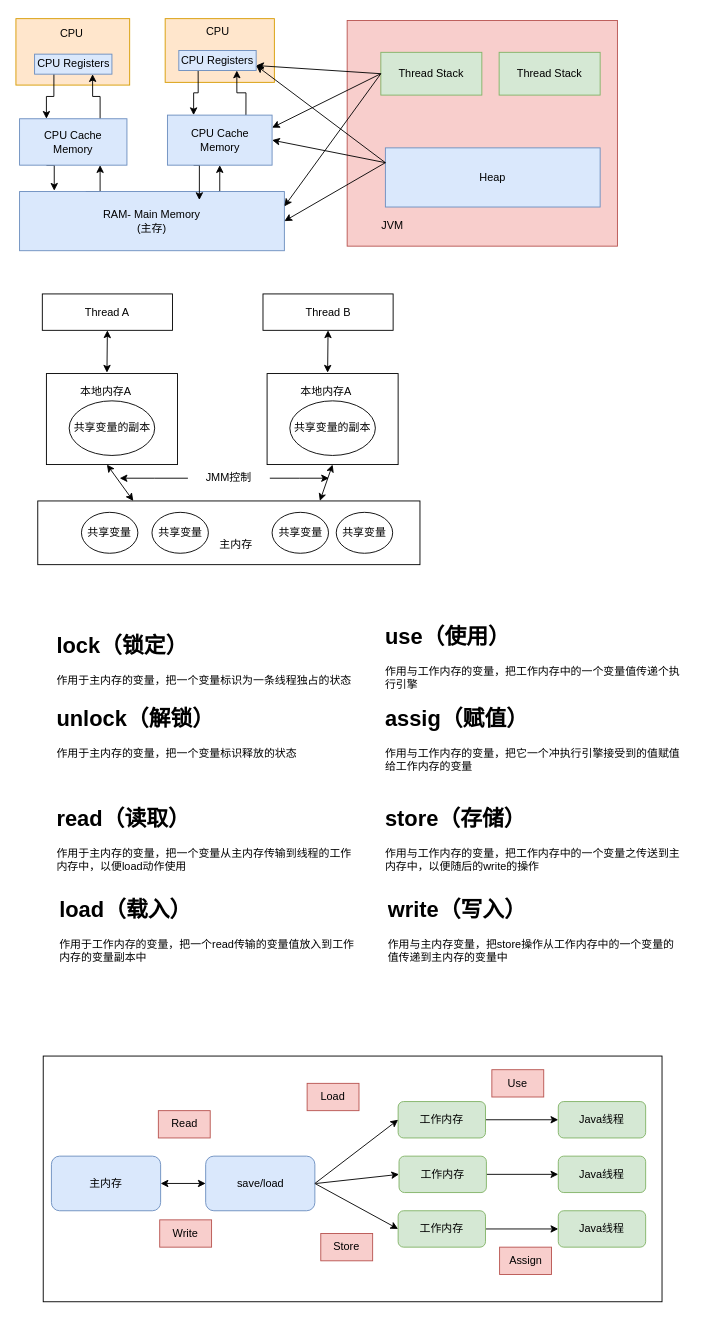
Earlier version of the draw.io diagram page "Page-1" (1 of 2) of Note4hread.drawio (lzdong0714/note). Source tidied: cells renumbered, new cells numbered last; positions are measured from the earlier drawing's top-left corner, leaving out a move shared by most shapes. Both pictures are drawn from the tidied source at 91%, with x=0, y=0 at pixel (15, 15).
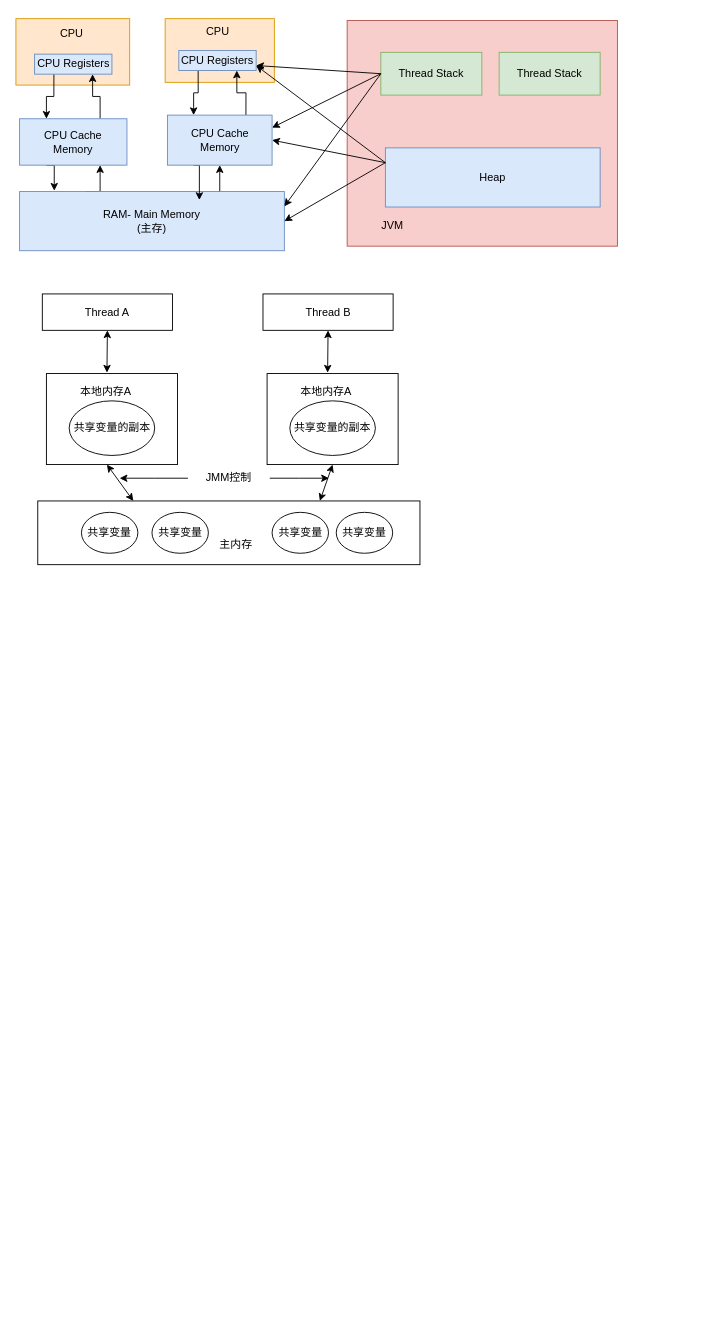
The same diagram, later.

Change to the diagram source:
```diff
@@
-    <mxCell id="2" style="rounded=0;whiteSpace=wrap;html=1;" parent="1" vertex="1">
-      <mxGeometry x="30" y="1144" width="680" height="270" as="geometry" />
-    </mxCell>
@@
-    <mxCell id="54" value="&lt;h1&gt;lock（锁定）&lt;/h1&gt;&lt;p&gt;作用于主内存的变量，把一个变量标识为一条线程独占的状态&lt;/p&gt;" style="text;html=1;strokeColor=none;fillColor=none;spacing=5;spacingTop=-20;whiteSpace=wrap;overflow=hidden;rounded=0;" parent="1" vertex="1">
-      <mxGeometry x="40" y="674" width="334" height="70" as="geometry" />
-    </mxCell>
-    <mxCell id="55" value="&lt;h1&gt;unlock（解锁）&lt;/h1&gt;&lt;p&gt;作用于主内存的变量，把一个变量标识释放的状态&lt;/p&gt;" style="text;html=1;strokeColor=none;fillColor=none;spacing=5;spacingTop=-20;whiteSpace=wrap;overflow=hidden;rounded=0;" parent="1" vertex="1">
-      <mxGeometry x="40" y="754" width="334" height="70" as="geometry" />
-    </mxCell>
-    <mxCell id="56" value="&lt;h1&gt;read（读取）&lt;/h1&gt;&lt;p&gt;作用于主内存的变量，把一个变量从主内存传输到线程的工作内存中，以便load动作使用&lt;/p&gt;" style="text;html=1;strokeColor=none;fillColor=none;spacing=5;spacingTop=-20;whiteSpace=wrap;overflow=hidden;rounded=0;" parent="1" vertex="1">
-      <mxGeometry x="40" y="864" width="334" height="80" as="geometry" />
-    </mxCell>
-    <mxCell id="57" value="&lt;h1&gt;load（载入）&lt;/h1&gt;&lt;p&gt;作用于工作内存的变量，把一个read传输的变量值放入到工作内存的变量副本中&lt;/p&gt;" style="text;html=1;strokeColor=none;fillColor=none;spacing=5;spacingTop=-20;whiteSpace=wrap;overflow=hidden;rounded=0;" parent="1" vertex="1">
-      <mxGeometry x="43" y="964" width="334" height="80" as="geometry" />
-    </mxCell>
-    <mxCell id="58" value="&lt;h1&gt;use（使用）&lt;/h1&gt;&lt;p&gt;作用与工作内存的变量，把工作内存中的一个变量值传递个执行引擎&lt;/p&gt;" style="text;html=1;strokeColor=none;fillColor=none;spacing=5;spacingTop=-20;whiteSpace=wrap;overflow=hidden;rounded=0;" parent="1" vertex="1">
-      <mxGeometry x="401" y="664" width="334" height="80" as="geometry" />
-    </mxCell>
-    <mxCell id="59" value="&lt;h1&gt;assig（赋值）&lt;/h1&gt;&lt;p&gt;作用与工作内存的变量，把它一个冲执行引擎接受到的值赋值给工作内存的变量&lt;/p&gt;" style="text;html=1;strokeColor=none;fillColor=none;spacing=5;spacingTop=-20;whiteSpace=wrap;overflow=hidden;rounded=0;" parent="1" vertex="1">
-      <mxGeometry x="401" y="754" width="334" height="90" as="geometry" />
-    </mxCell>
-    <mxCell id="60" value="&lt;h1&gt;store（存储）&lt;/h1&gt;&lt;p&gt;作用与工作内存的变量，把工作内存中的一个变量之传送到主内存中，以便随后的write的操作&lt;br&gt;&lt;/p&gt;" style="text;html=1;strokeColor=none;fillColor=none;spacing=5;spacingTop=-20;whiteSpace=wrap;overflow=hidden;rounded=0;" parent="1" vertex="1">
-      <mxGeometry x="401" y="864" width="334" height="80" as="geometry" />
-    </mxCell>
-    <mxCell id="61" value="&lt;h1&gt;write（写入）&lt;/h1&gt;&lt;p&gt;作用与主内存变量，把store操作从工作内存中的一个变量的值传递到主内存的变量中&lt;/p&gt;" style="text;html=1;strokeColor=none;fillColor=none;spacing=5;spacingTop=-20;whiteSpace=wrap;overflow=hidden;rounded=0;" parent="1" vertex="1">
-      <mxGeometry x="404" y="964" width="334" height="80" as="geometry" />
-    </mxCell>
-    <mxCell id="62" value="主内存" style="rounded=1;whiteSpace=wrap;html=1;fillColor=#dae8fc;strokeColor=#6c8ebf;" parent="1" vertex="1">
-      <mxGeometry x="39" y="1254" width="120" height="60" as="geometry" />
-    </mxCell>
-    <mxCell id="63" value="save/load" style="rounded=1;whiteSpace=wrap;html=1;fillColor=#dae8fc;strokeColor=#6c8ebf;" parent="1" vertex="1">
-      <mxGeometry x="208.5" y="1254" width="120" height="60" as="geometry" />
-    </mxCell>
-    <mxCell id="64" style="edgeStyle=orthogonalEdgeStyle;rounded=0;jettySize=auto;html=1;" parent="1" edge="1" source="65" target="66">
-      <mxGeometry relative="1" as="geometry" />
-    </mxCell>
-    <mxCell id="65" value="工作内存" style="rounded=1;whiteSpace=wrap;html=1;fillColor=#d5e8d4;strokeColor=#82b366;" parent="1" vertex="1">
-      <mxGeometry x="420" y="1194" width="96" height="40" as="geometry" />
-    </mxCell>
-    <mxCell id="66" value="Java线程" style="rounded=1;whiteSpace=wrap;html=1;fillColor=#d5e8d4;strokeColor=#82b366;" parent="1" vertex="1">
-      <mxGeometry x="596" y="1194" width="96" height="40" as="geometry" />
-    </mxCell>
-    <mxCell id="67" style="edgeStyle=orthogonalEdgeStyle;rounded=0;jettySize=auto;html=1;exitX=1;exitY=0.5;exitDx=0;exitDy=0;entryX=0;entryY=0.5;entryDx=0;entryDy=0;" parent="1" edge="1" source="68" target="76">
-      <mxGeometry relative="1" as="geometry" />
-    </mxCell>
-    <mxCell id="68" value="工作内存" style="rounded=1;whiteSpace=wrap;html=1;fillColor=#d5e8d4;strokeColor=#82b366;" parent="1" vertex="1">
-      <mxGeometry x="420" y="1314" width="96" height="40" as="geometry" />
-    </mxCell>
-    <mxCell id="69" style="edgeStyle=orthogonalEdgeStyle;rounded=0;jettySize=auto;html=1;exitX=1;exitY=0.5;exitDx=0;exitDy=0;entryX=0;entryY=0.5;entryDx=0;entryDy=0;" parent="1" edge="1" source="70" target="75">
-      <mxGeometry relative="1" as="geometry" />
-    </mxCell>
-    <mxCell id="70" value="工作内存" style="rounded=1;whiteSpace=wrap;html=1;fillColor=#d5e8d4;strokeColor=#82b366;" parent="1" vertex="1">
-      <mxGeometry x="421" y="1254" width="96" height="40" as="geometry" />
-    </mxCell>
-    <mxCell id="71" style="endArrow=classic;startArrow=classic;html=1;exitX=1;exitY=0.5;exitDx=0;exitDy=0;entryX=0;entryY=0.5;entryDx=0;entryDy=0;" parent="1" edge="1" source="62" target="63">
-      <mxGeometry relative="1" as="geometry" />
-    </mxCell>
-    <mxCell id="72" style="endArrow=classic;html=1;exitX=1;exitY=0.5;exitDx=0;exitDy=0;entryX=0;entryY=0.5;entryDx=0;entryDy=0;" parent="1" edge="1" source="63" target="65">
-      <mxGeometry relative="1" as="geometry" />
-    </mxCell>
-    <mxCell id="73" style="endArrow=classic;html=1;entryX=0;entryY=0.5;entryDx=0;entryDy=0;" parent="1" edge="1" target="70">
-      <mxGeometry relative="1" as="geometry">
-        <mxPoint x="330" y="1284" as="sourcePoint" />
-      </mxGeometry>
-    </mxCell>
-    <mxCell id="74" style="endArrow=classic;html=1;exitX=1;exitY=0.5;exitDx=0;exitDy=0;entryX=0;entryY=0.5;entryDx=0;entryDy=0;" parent="1" edge="1" source="63" target="68">
-      <mxGeometry relative="1" as="geometry" />
-    </mxCell>
-    <mxCell id="75" value="Java线程" style="rounded=1;whiteSpace=wrap;html=1;fillColor=#d5e8d4;strokeColor=#82b366;" parent="1" vertex="1">
-      <mxGeometry x="596" y="1254" width="96" height="40" as="geometry" />
-    </mxCell>
-    <mxCell id="76" value="Java线程" style="rounded=1;whiteSpace=wrap;html=1;fillColor=#d5e8d4;strokeColor=#82b366;" parent="1" vertex="1">
-      <mxGeometry x="596" y="1314" width="96" height="40" as="geometry" />
-    </mxCell>
-    <mxCell id="77" value="Load" style="text;html=1;strokeColor=#b85450;fillColor=#f8cecc;align=center;verticalAlign=middle;whiteSpace=wrap;rounded=0;" parent="1" vertex="1">
-      <mxGeometry x="320" y="1174" width="57" height="30" as="geometry" />
-    </mxCell>
-    <mxCell id="78" value="Use" style="text;html=1;strokeColor=#b85450;fillColor=#f8cecc;align=center;verticalAlign=middle;whiteSpace=wrap;rounded=0;" parent="1" vertex="1">
-      <mxGeometry x="523" y="1159" width="57" height="30" as="geometry" />
-    </mxCell>
-    <mxCell id="79" value="Read" style="text;html=1;strokeColor=#b85450;fillColor=#f8cecc;align=center;verticalAlign=middle;whiteSpace=wrap;rounded=0;" parent="1" vertex="1">
-      <mxGeometry x="156.5" y="1204" width="57" height="30" as="geometry" />
-    </mxCell>
-    <mxCell id="80" value="Write" style="text;html=1;strokeColor=#b85450;fillColor=#f8cecc;align=center;verticalAlign=middle;whiteSpace=wrap;rounded=0;" parent="1" vertex="1">
-      <mxGeometry x="158" y="1324" width="57" height="30" as="geometry" />
-    </mxCell>
-    <mxCell id="81" value="Store" style="text;html=1;strokeColor=#b85450;fillColor=#f8cecc;align=center;verticalAlign=middle;whiteSpace=wrap;rounded=0;" parent="1" vertex="1">
-      <mxGeometry x="335" y="1339" width="57" height="30" as="geometry" />
-    </mxCell>
-    <mxCell id="82" value="Assign" style="text;html=1;strokeColor=#b85450;fillColor=#f8cecc;align=center;verticalAlign=middle;whiteSpace=wrap;rounded=0;" parent="1" vertex="1">
-      <mxGeometry x="531.5" y="1354" width="57" height="30" as="geometry" />
-    </mxCell>
```
